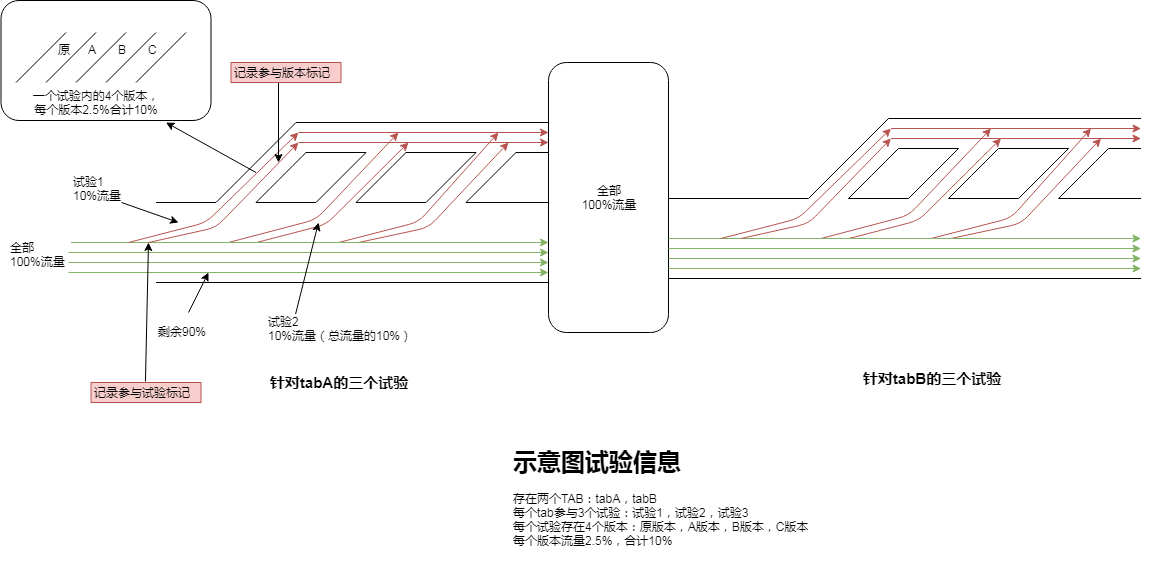
Earlier version of the draw.io export split-flow.png (zhouwenmo/split). Source tidied: cells renumbered, new cells last; positions are measured from the earlier drawing's top-left corner, leaving out a move shared by most shapes.
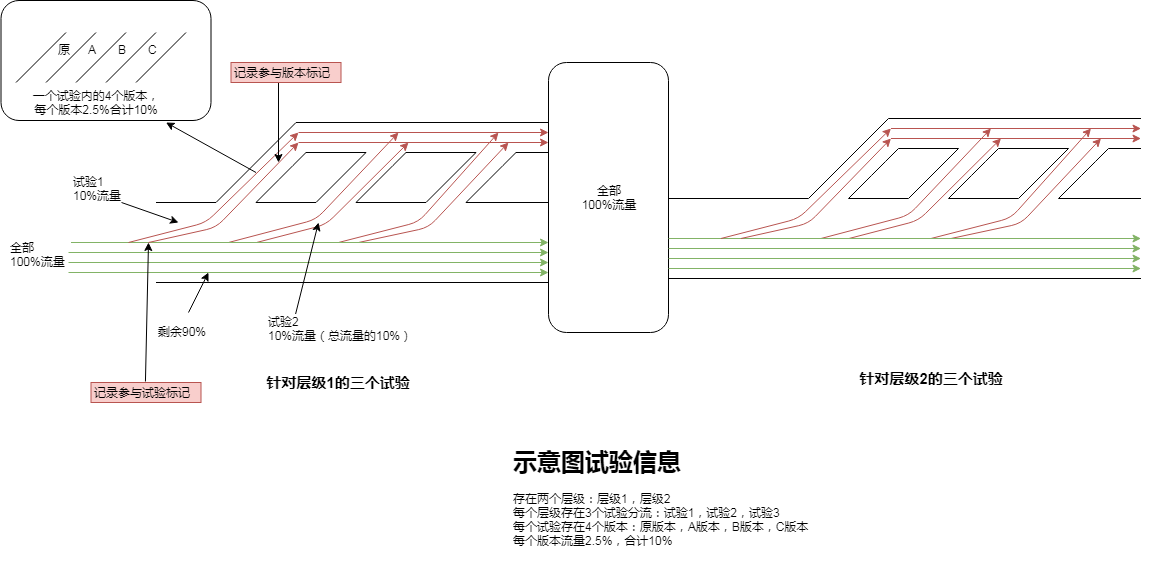
Later version of the same file.

Change to the diagram source:
```diff
@@ -116,7 +116,7 @@
         <mxPoint x="472.5" as="targetPoint" />
       </mxGeometry>
     </mxCell>
-    <mxCell id="22" value="&lt;font style=&quot;font-size: 15px&quot;&gt;&lt;b&gt;针对tabB的三个试验&lt;/b&gt;&lt;/font&gt;" style="text;html=1;strokeColor=none;fillColor=none;align=center;verticalAlign=middle;whiteSpace=wrap;rounded=0;" parent="3" vertex="1">
+    <mxCell id="22" value="&lt;font style=&quot;font-size: 15px&quot;&gt;&lt;b&gt;针对层级2的三个试验&lt;/b&gt;&lt;/font&gt;" style="text;html=1;strokeColor=none;fillColor=none;align=center;verticalAlign=middle;whiteSpace=wrap;rounded=0;" parent="3" vertex="1">
       <mxGeometry x="182.5" y="250" width="160" height="20" as="geometry" />
     </mxCell>
     <mxCell id="23" style="endArrow=classic;html=1;fillColor=#f8cecc;strokeColor=#b85450;" parent="3" edge="1">
@@ -317,7 +317,7 @@
         <mxPoint x="548" y="122" as="targetPoint" />
       </mxGeometry>
     </mxCell>
-    <mxCell id="53" value="&lt;font style=&quot;font-size: 15px&quot;&gt;&lt;b&gt;针对tabA的三个试验&lt;/b&gt;&lt;/font&gt;" style="text;html=1;strokeColor=none;fillColor=none;align=center;verticalAlign=middle;whiteSpace=wrap;rounded=0;" parent="1" vertex="1">
+    <mxCell id="53" value="&lt;font style=&quot;font-size: 15px&quot;&gt;&lt;b&gt;针对层级1的三个试验&lt;/b&gt;&lt;/font&gt;" style="text;html=1;strokeColor=none;fillColor=none;align=center;verticalAlign=middle;whiteSpace=wrap;rounded=0;" parent="1" vertex="1">
       <mxGeometry x="258" y="372" width="160" height="20" as="geometry" />
     </mxCell>
     <mxCell id="54" style="endArrow=classic;html=1;" parent="1" edge="1">
@@ -377,7 +377,7 @@
     <mxCell id="66" value="试验1&lt;br&gt;10%流量" style="text;html=1;points=[];align=left;verticalAlign=top;spacingTop=-4;" parent="1" vertex="1">
       <mxGeometry x="70.5" y="172" width="60" height="30" as="geometry" />
     </mxCell>
-    <mxCell id="67" value="&lt;h1&gt;示意图试验信息&lt;/h1&gt;&lt;p&gt;&lt;span style=&quot;white-space: nowrap&quot;&gt;存在两个TAB：tabA，tabB&lt;/span&gt;&lt;br style=&quot;white-space: nowrap&quot;&gt;&lt;span style=&quot;white-space: nowrap&quot;&gt;每个tab参与3个试验：&lt;/span&gt;&lt;span style=&quot;white-space: nowrap&quot;&gt;试验1，试验2，试验3&lt;/span&gt;&lt;br style=&quot;white-space: nowrap&quot;&gt;&lt;span style=&quot;white-space: nowrap&quot;&gt;每个试验存在4个版本：&lt;/span&gt;&lt;span style=&quot;white-space: nowrap&quot;&gt;原版本，A版本，B版本，C版本&lt;/span&gt;&lt;br style=&quot;white-space: nowrap&quot;&gt;&lt;span style=&quot;white-space: nowrap&quot;&gt;每个版本流量2.5%，合计10%&lt;/span&gt;&lt;br&gt;&lt;/p&gt;" style="text;html=1;strokeColor=none;fillColor=none;spacing=5;spacingTop=-20;whiteSpace=wrap;overflow=hidden;rounded=0;" parent="1" vertex="1">
+    <mxCell id="67" value="&lt;h1&gt;示意图试验信息&lt;/h1&gt;&lt;p&gt;&lt;span style=&quot;white-space: nowrap&quot;&gt;存在两个层级：层级1，层级2&lt;/span&gt;&lt;br style=&quot;white-space: nowrap&quot;&gt;&lt;span style=&quot;white-space: nowrap&quot;&gt;每个层级存在3个试验分流：&lt;/span&gt;&lt;span style=&quot;white-space: nowrap&quot;&gt;试验1，试验2，试验3&lt;/span&gt;&lt;br style=&quot;white-space: nowrap&quot;&gt;&lt;span style=&quot;white-space: nowrap&quot;&gt;每个试验存在4个版本：&lt;/span&gt;&lt;span style=&quot;white-space: nowrap&quot;&gt;原版本，A版本，B版本，C版本&lt;/span&gt;&lt;br style=&quot;white-space: nowrap&quot;&gt;&lt;span style=&quot;white-space: nowrap&quot;&gt;每个版本流量2.5%，合计10%&lt;/span&gt;&lt;br&gt;&lt;/p&gt;" style="text;html=1;strokeColor=none;fillColor=none;spacing=5;spacingTop=-20;whiteSpace=wrap;overflow=hidden;rounded=0;" parent="1" vertex="1">
       <mxGeometry x="508" y="442" width="320" height="120" as="geometry" />
     </mxCell>
     <mxCell id="68" style="endArrow=classic;html=1;fillColor=#f8cecc;strokeColor=#b85450;" parent="1" edge="1">
```
